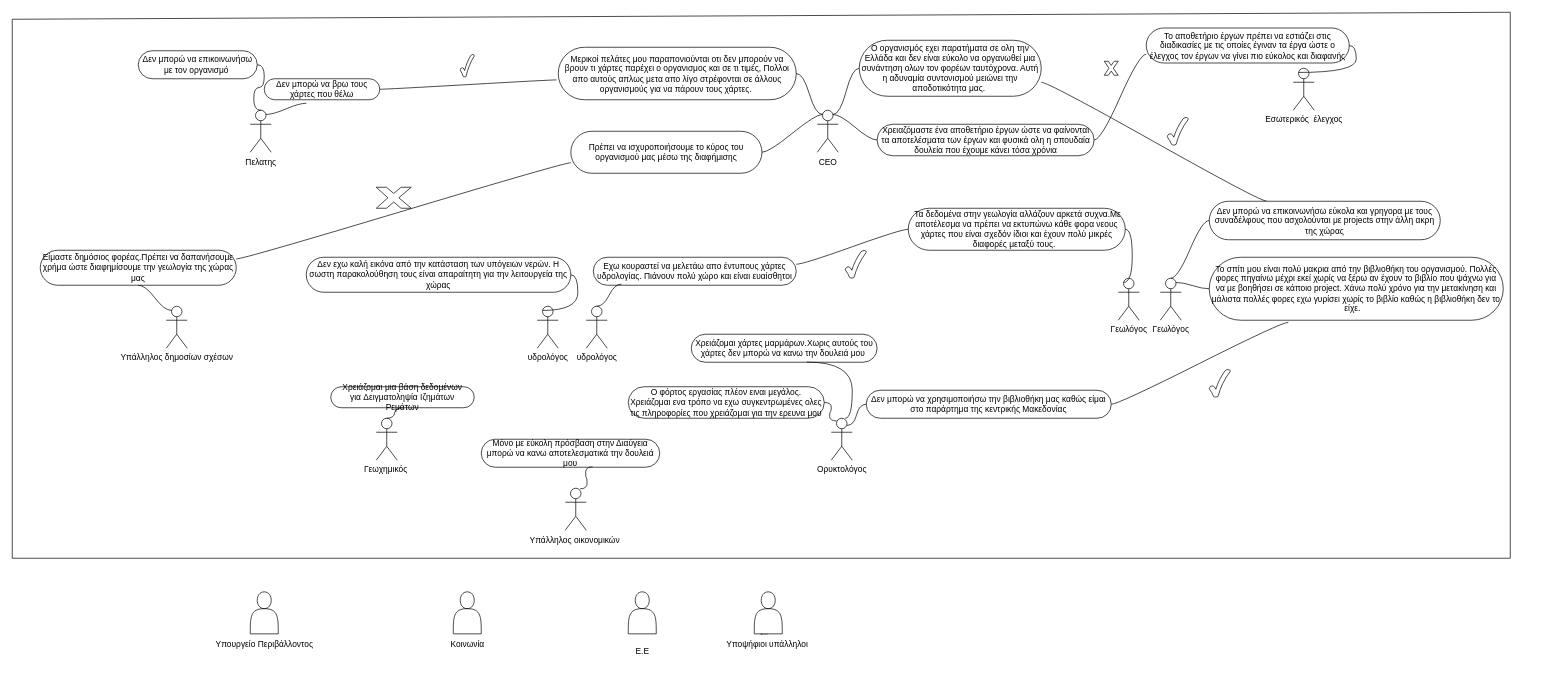
This is Ανώνυμο διάγραμμα.drawio from vag4me/Information_system, a draw.io file, before an edit. Source tidied: cells renumbered, new cells numbered last; positions are measured from the earlier drawing's top-left corner, leaving out a move shared by most shapes. Both pictures are drawn from the tidied source at 70%, with x=0, y=0 at pixel (12, 12).
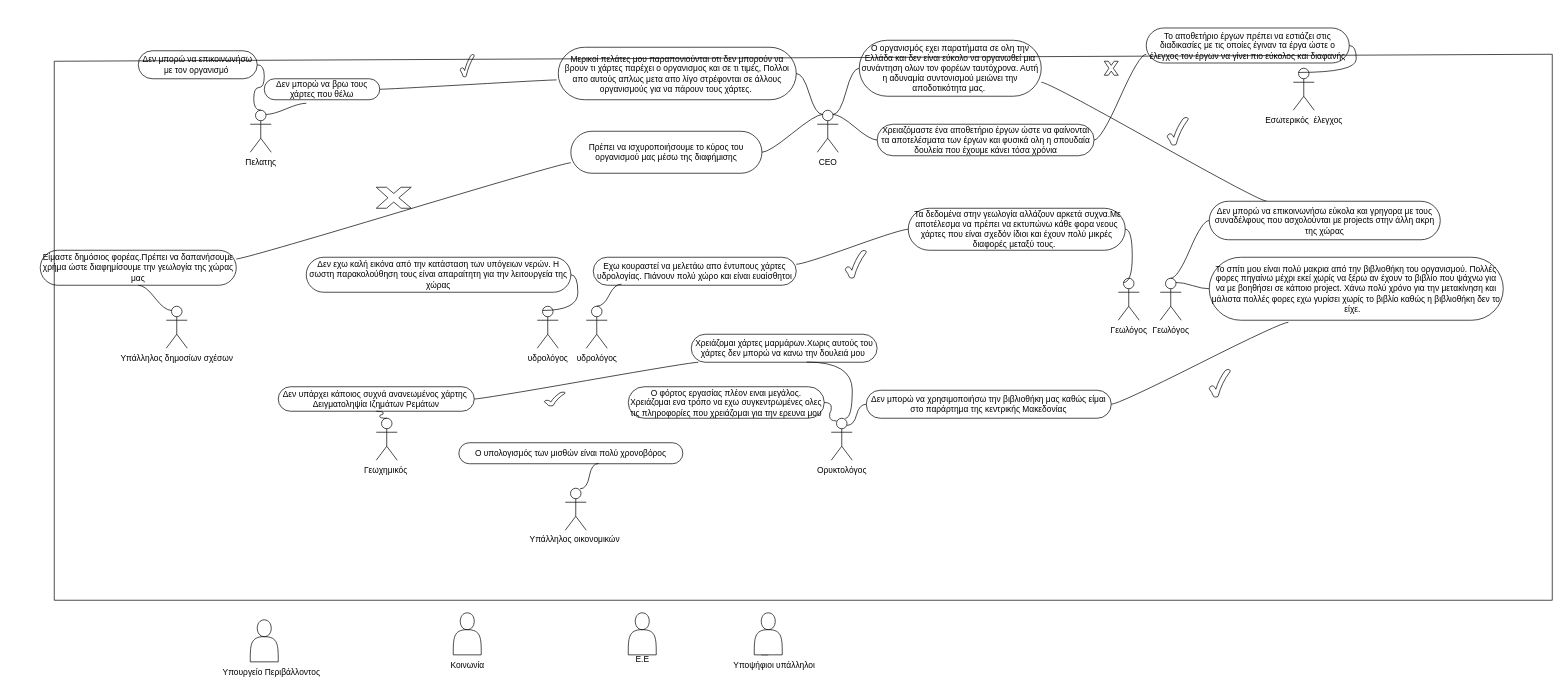
The same page after the edit.

The change refers to these unchanged cells:
```xml
<mxCell id="46" value="Χρειάζομαι χάρτες μαρμάρων.Χωρις αυτούς του χάρτες δεν μπορώ να κανω την δουλειά μου&amp;nbsp;" style="whiteSpace=wrap;html=1;rounded=1;arcSize=50;align=center;verticalAlign=middle;strokeWidth=1;spacing=4;newEdgeStyle={&quot;edgeStyle&quot;:&quot;entityRelationEdgeStyle&quot;,&quot;startArrow&quot;:&quot;none&quot;,&quot;endArrow&quot;:&quot;none&quot;,&quot;segment&quot;:10,&quot;curved&quot;:1,&quot;sourcePerimeterSpacing&quot;:0,&quot;targetPerimeterSpacing&quot;:0};" parent="1" vertex="1">
  <mxGeometry x="970" y="460" width="265.5" height="40" as="geometry" />
</mxCell>
```

What changed in the source:
```diff
@@
+    <mxCell id="71" style="edgeStyle=entityRelationEdgeStyle;rounded=0;jettySize=auto;html=1;startArrow=none;endArrow=none;segment=10;curved=1;sourcePerimeterSpacing=0;targetPerimeterSpacing=0;exitX=1;exitY=0.5;exitDx=0;exitDy=0;entryX=0.038;entryY=1;entryDx=0;entryDy=0;entryPerimeter=0;" parent="1" edge="1" source="49" target="46">
+      <mxGeometry relative="1" as="geometry" />
+    </mxCell>
-    <mxCell id="49" value="Χρειάζομαι μια βάση δεδομένων για&amp;nbsp;Δειγματοληψία Ιζημάτων Ρεμάτων" style="whiteSpace=wrap;html=1;rounded=1;arcSize=50;align=center;verticalAlign=middle;strokeWidth=1;spacing=4;newEdgeStyle={&quot;edgeStyle&quot;:&quot;entityRelationEdgeStyle&quot;,&quot;startArrow&quot;:&quot;none&quot;,&quot;endArrow&quot;:&quot;none&quot;,&quot;segment&quot;:10,&quot;curved&quot;:1,&quot;sourcePerimeterSpacing&quot;:0,&quot;targetPerimeterSpacing&quot;:0};" parent="1" vertex="1">
-      <mxGeometry x="455" y="535" width="205" height="30" as="geometry" />
+    <mxCell id="49" value="Δεν υπάρχει κάποιος συχνά ανανεωμένος χάρτης&amp;nbsp; Δειγματοληψία Ιζημάτων Ρεμάτων" style="whiteSpace=wrap;html=1;rounded=1;arcSize=50;align=center;verticalAlign=middle;strokeWidth=1;spacing=4;newEdgeStyle={&quot;edgeStyle&quot;:&quot;entityRelationEdgeStyle&quot;,&quot;startArrow&quot;:&quot;none&quot;,&quot;endArrow&quot;:&quot;none&quot;,&quot;segment&quot;:10,&quot;curved&quot;:1,&quot;sourcePerimeterSpacing&quot;:0,&quot;targetPerimeterSpacing&quot;:0};" parent="1" vertex="1">
+      <mxGeometry x="380" y="535" width="280" height="35" as="geometry" />
     </mxCell>
@@
-    <mxCell id="59" value="Μόνο με εύκολη πρόσβαση στην Διαύγεια μπορώ να κανω αποτελεσματικά την δουλειά μου" style="whiteSpace=wrap;html=1;rounded=1;arcSize=50;align=center;verticalAlign=middle;strokeWidth=1;spacing=4;newEdgeStyle={&quot;edgeStyle&quot;:&quot;entityRelationEdgeStyle&quot;,&quot;startArrow&quot;:&quot;none&quot;,&quot;endArrow&quot;:&quot;none&quot;,&quot;segment&quot;:10,&quot;curved&quot;:1,&quot;sourcePerimeterSpacing&quot;:0,&quot;targetPerimeterSpacing&quot;:0};" parent="1" vertex="1">
-      <mxGeometry x="670" y="610" width="255" height="40" as="geometry" />
+    <mxCell id="59" value="Ο υπολογισμός των μισθών είναι πολύ χρονοβόρος" style="whiteSpace=wrap;html=1;rounded=1;arcSize=50;align=center;verticalAlign=middle;strokeWidth=1;spacing=4;newEdgeStyle={&quot;edgeStyle&quot;:&quot;entityRelationEdgeStyle&quot;,&quot;startArrow&quot;:&quot;none&quot;,&quot;endArrow&quot;:&quot;none&quot;,&quot;segment&quot;:10,&quot;curved&quot;:1,&quot;sourcePerimeterSpacing&quot;:0,&quot;targetPerimeterSpacing&quot;:0};" parent="1" vertex="1">
+      <mxGeometry x="638" y="615" width="320" height="30" as="geometry" />
     </mxCell>
@@
     <mxCell id="61" style="endArrow=none;html=1;rounded=0;" parent="1" edge="1">
       <mxGeometry relative="1" as="geometry">
-        <mxPoint x="2140" as="sourcePoint" />
-        <mxPoint x="2140" as="targetPoint" />
+        <mxPoint x="2200" y="60" as="sourcePoint" />
+        <mxPoint x="2200" y="60" as="targetPoint" />
         <Array as="points">
-          <mxPoint x="2140" y="780" />
-          <mxPoint y="780" />
-          <mxPoint y="10" />
+          <mxPoint x="2200" y="840" />
+          <mxPoint x="60" y="840" />
+          <mxPoint x="60" y="70" />
         </Array>
       </mxGeometry>
     </mxCell>
     <mxCell id="62" style="shape=actor;whiteSpace=wrap;html=1;" parent="1" vertex="1">
-      <mxGeometry x="340" y="828" width="40" height="60" as="geometry" />
+      <mxGeometry x="340" y="868" width="40" height="60" as="geometry" />
     </mxCell>
     <mxCell id="63" value="Υπουργείο Περιβάλλοντος" style="text;html=1;align=center;verticalAlign=middle;strokeColor=none;fillColor=none;" parent="1" vertex="1">
-      <mxGeometry x="280" y="888" width="160" height="30" as="geometry" />
+      <mxGeometry x="290" y="928" width="160" height="30" as="geometry" />
     </mxCell>
     <mxCell id="64" style="shape=actor;whiteSpace=wrap;html=1;" parent="1" vertex="1">
-      <mxGeometry x="630" y="828" width="40" height="60" as="geometry" />
+      <mxGeometry x="630" y="858" width="40" height="60" as="geometry" />
     </mxCell>
     <mxCell id="65" value="Κοινωνία" style="text;html=1;align=center;verticalAlign=middle;strokeColor=none;fillColor=none;" parent="1" vertex="1">
-      <mxGeometry x="615" y="888" width="70" height="30" as="geometry" />
+      <mxGeometry x="615" y="918" width="70" height="30" as="geometry" />
     </mxCell>
     <mxCell id="66" style="shape=actor;whiteSpace=wrap;html=1;" parent="1" vertex="1">
-      <mxGeometry x="880" y="828" width="40" height="60" as="geometry" />
+      <mxGeometry x="880" y="858" width="40" height="60" as="geometry" />
     </mxCell>
     <mxCell id="67" value="Ε.Ε" style="text;html=1;align=center;verticalAlign=middle;strokeColor=none;fillColor=none;" parent="1" vertex="1">
-      <mxGeometry x="880" y="898" width="40" height="30" as="geometry" />
+      <mxGeometry x="880" y="910" width="40" height="30" as="geometry" />
     </mxCell>
@@
     <mxCell id="69" style="shape=actor;whiteSpace=wrap;html=1;" parent="1" vertex="1">
-      <mxGeometry x="1060" y="828" width="40" height="60" as="geometry" />
+      <mxGeometry x="1060" y="858" width="40" height="60" as="geometry" />
     </mxCell>
     <mxCell id="70" value="Υποψήφιοι υπάλληλοι&amp;nbsp;" style="text;html=1;align=center;verticalAlign=middle;strokeColor=none;fillColor=none;" parent="1" vertex="1">
-      <mxGeometry x="1010" y="888" width="140" height="30" as="geometry" />
+      <mxGeometry x="1020" y="918" width="140" height="30" as="geometry" />
     </mxCell>
+    <mxCell id="72" style="verticalLabelPosition=bottom;verticalAlign=top;html=1;shape=mxgraph.basic.tick;" parent="1" vertex="1">
+      <mxGeometry x="760" y="542.5" width="30" height="20" as="geometry" />
+    </mxCell>
```
